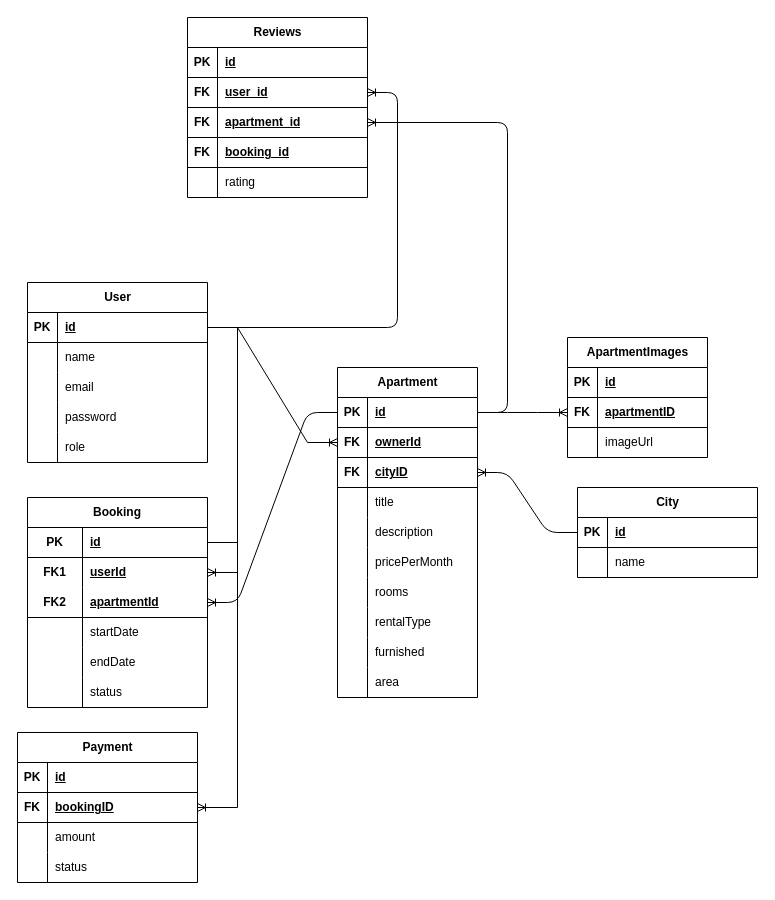
Above: drawio/ZJSTA.drawio in Aya-777/ZJSTA (draw.io), before the change. Source tidied: cells renumbered, new cells numbered last; positions are measured from the earlier drawing's top-left corner, leaving out a move shared by most shapes. Both pictures are drawn from the tidied source at 100%, with x=0, y=0 at pixel (17, 17).
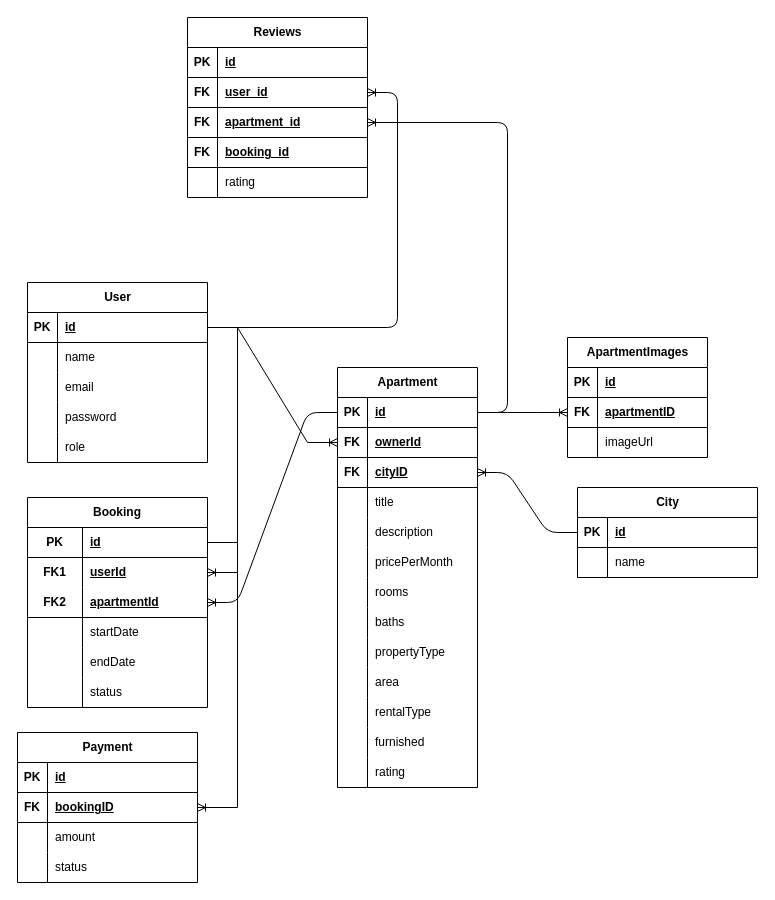
After the change.

Unchanged cells that the change refers to:
```xml
<mxCell id="111" style="shape=tableRow;horizontal=0;startSize=0;swimlaneHead=0;swimlaneBody=0;fillColor=none;top=0;left=0;right=0;bottom=0;" parent="89" vertex="1">
  <mxGeometry y="240" width="140" height="30" as="geometry" />
</mxCell>
<mxCell id="114" style="shape=tableRow;horizontal=0;startSize=0;swimlaneHead=0;swimlaneBody=0;fillColor=none;top=0;left=0;right=0;bottom=0;" parent="89" vertex="1">
  <mxGeometry y="270" width="140" height="30" as="geometry" />
</mxCell>
```

Change to the diagram source:
```diff
@@
     <mxCell id="89" value="Apartment" style="shape=table;startSize=30;childLayout=tableLayout;rowLines=0;fontStyle=1;align=center;html=1;" parent="1" vertex="1">
-      <mxGeometry x="320" y="350" width="140" height="330" as="geometry" />
+      <mxGeometry x="320" y="350" width="140" height="420" as="geometry" />
     </mxCell>
@@
-    <mxCell id="113" value="rentalType" style="shape=partialRectangle;fillColor=none;top=0;left=0;bottom=0;right=0;align=left;spacingLeft=6;overflow=hidden;whiteSpace=wrap;html=1;" parent="111" vertex="1">
+    <mxCell id="113" value="baths" style="shape=partialRectangle;fillColor=none;top=0;left=0;bottom=0;right=0;align=left;spacingLeft=6;overflow=hidden;whiteSpace=wrap;html=1;" parent="111" vertex="1">
       <mxGeometry x="30" width="110" height="30" as="geometry" />
     </mxCell>
@@
-    <mxCell id="116" value="furnished" style="shape=partialRectangle;fillColor=none;top=0;left=0;bottom=0;right=0;align=left;spacingLeft=6;overflow=hidden;whiteSpace=wrap;html=1;" parent="114" vertex="1">
+    <mxCell id="116" value="&lt;span style=&quot;color: rgb(0, 0, 0);&quot;&gt;propertyType&lt;/span&gt;" style="shape=partialRectangle;fillColor=none;top=0;left=0;bottom=0;right=0;align=left;spacingLeft=6;overflow=hidden;whiteSpace=wrap;html=1;" parent="114" vertex="1">
       <mxGeometry x="30" width="110" height="30" as="geometry" />
     </mxCell>
@@
+    <mxCell id="122" style="shape=tableRow;horizontal=0;startSize=0;swimlaneHead=0;swimlaneBody=0;fillColor=none;top=0;left=0;right=0;bottom=0;" parent="89" vertex="1">
+      <mxGeometry y="330" width="140" height="30" as="geometry" />
+    </mxCell>
+    <mxCell id="123" style="shape=partialRectangle;fillColor=none;top=0;left=0;bottom=0;right=0;overflow=hidden;whiteSpace=wrap;html=1;" parent="122" vertex="1">
+      <mxGeometry width="30" height="30" as="geometry" />
+    </mxCell>
+    <mxCell id="124" value="rentalType" style="shape=partialRectangle;fillColor=none;top=0;left=0;bottom=0;right=0;align=left;spacingLeft=6;overflow=hidden;whiteSpace=wrap;html=1;" parent="122" vertex="1">
+      <mxGeometry x="30" width="110" height="30" as="geometry" />
+    </mxCell>
+    <mxCell id="125" style="shape=tableRow;horizontal=0;startSize=0;swimlaneHead=0;swimlaneBody=0;fillColor=none;top=0;left=0;right=0;bottom=0;" parent="89" vertex="1">
+      <mxGeometry y="360" width="140" height="30" as="geometry" />
+    </mxCell>
+    <mxCell id="126" style="shape=partialRectangle;fillColor=none;top=0;left=0;bottom=0;right=0;overflow=hidden;whiteSpace=wrap;html=1;" parent="125" vertex="1">
+      <mxGeometry width="30" height="30" as="geometry" />
+    </mxCell>
+    <mxCell id="127" value="furnished" style="shape=partialRectangle;fillColor=none;top=0;left=0;bottom=0;right=0;align=left;spacingLeft=6;overflow=hidden;whiteSpace=wrap;html=1;" parent="125" vertex="1">
+      <mxGeometry x="30" width="110" height="30" as="geometry" />
+    </mxCell>
+    <mxCell id="128" style="shape=tableRow;horizontal=0;startSize=0;swimlaneHead=0;swimlaneBody=0;fillColor=none;top=0;left=0;right=0;bottom=0;" parent="89" vertex="1">
+      <mxGeometry y="390" width="140" height="30" as="geometry" />
+    </mxCell>
+    <mxCell id="129" style="shape=partialRectangle;fillColor=none;top=0;left=0;bottom=0;right=0;overflow=hidden;whiteSpace=wrap;html=1;" parent="128" vertex="1">
+      <mxGeometry width="30" height="30" as="geometry" />
+    </mxCell>
+    <mxCell id="130" value="rating" style="shape=partialRectangle;fillColor=none;top=0;left=0;bottom=0;right=0;align=left;spacingLeft=6;overflow=hidden;whiteSpace=wrap;html=1;" parent="128" vertex="1">
+      <mxGeometry x="30" width="110" height="30" as="geometry" />
+    </mxCell>
```
